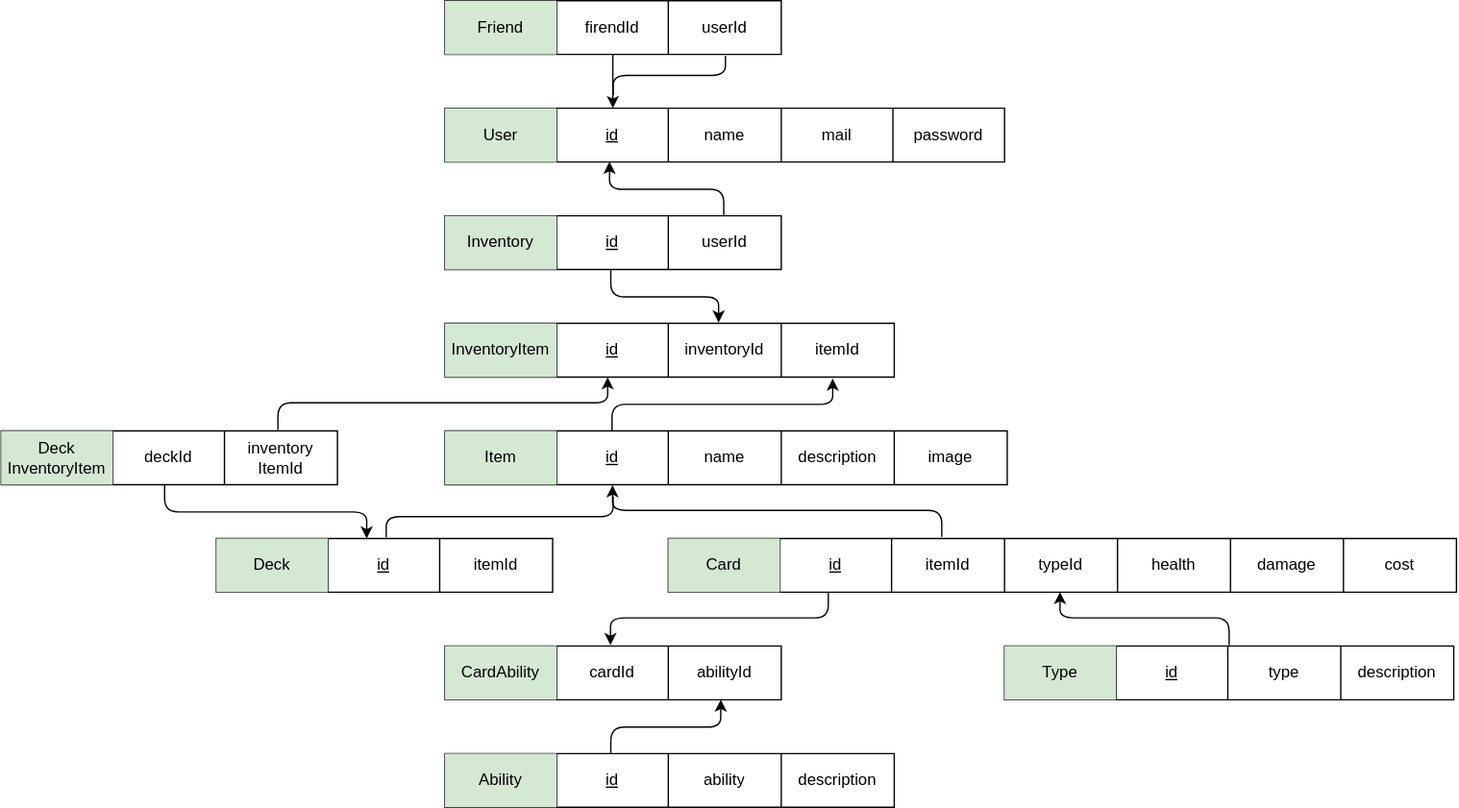
This is diagrams/database/relation_schema.drawio.svg from i3ene/decksterous, a draw.io export, as it was before one commit. Source tidied: cells renumbered, new cells last; positions are measured from the earlier drawing's top-left corner, leaving out a move shared by most shapes.
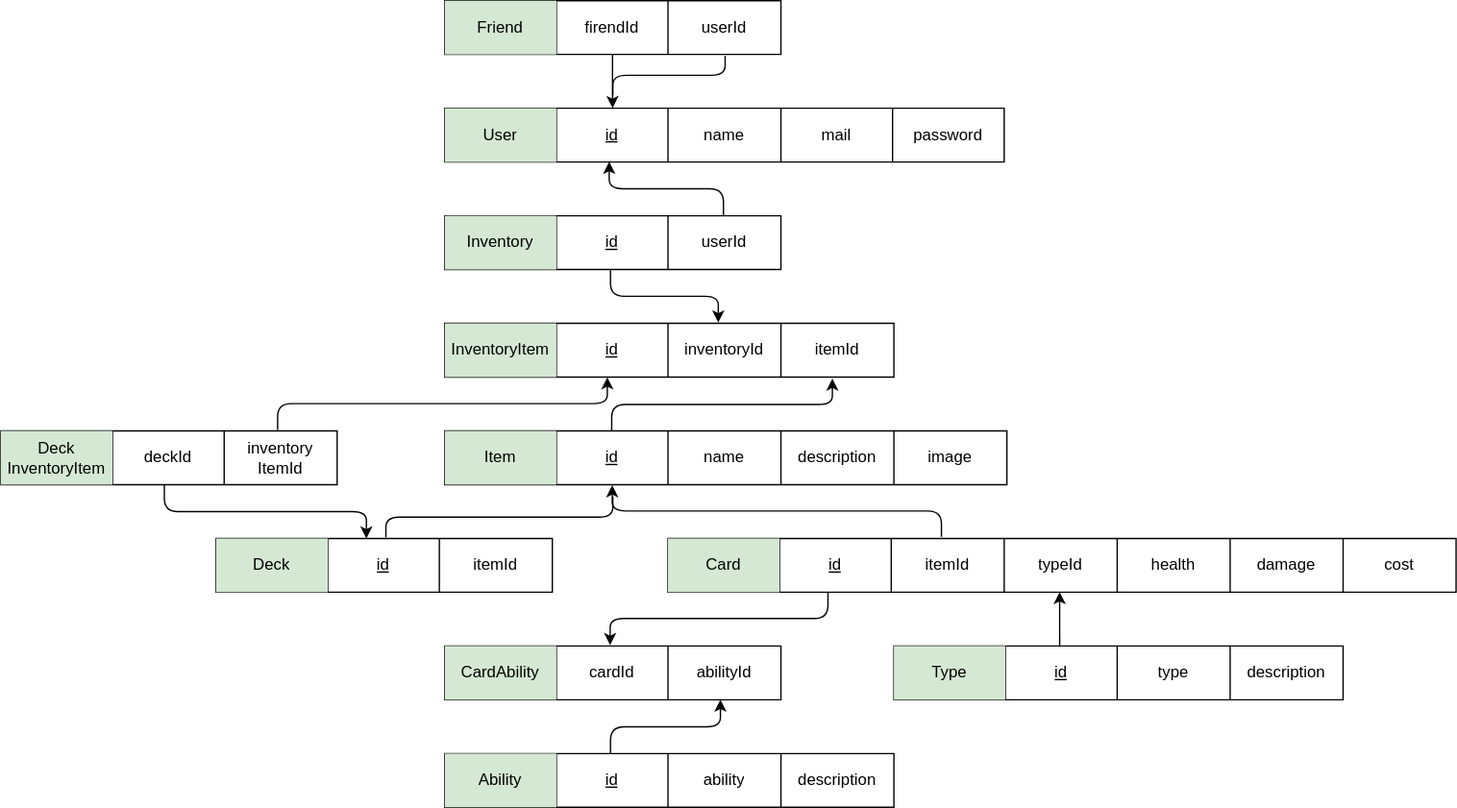
After the change.

What changed in the source:
```diff
@@ -181,7 +181,7 @@
       <mxGeometry relative="1" as="geometry" />
     </mxCell>
     <mxCell id="60" style="shape=table;html=1;whiteSpace=wrap;startSize=0;" parent="1" vertex="1">
-      <mxGeometry x="746" y="480" width="334" height="40" as="geometry" />
+      <mxGeometry x="664" y="480" width="334" height="40" as="geometry" />
     </mxCell>
     <mxCell id="61" style="shape=tableRow;horizontal=0;startSize=0;swimlaneHead=0;swimlaneBody=0;top=0;left=0;bottom=0;right=0;fillColor=none;points=[[0,0.5],[1,0.5]];portConstraint=eastwest;" parent="60" vertex="1">
       <mxGeometry width="334" height="40" as="geometry" />
@@ -198,7 +198,7 @@
     <mxCell id="65" value="description" style="shape=partialRectangle;html=1;whiteSpace=wrap;fillColor=none;top=0;left=0;bottom=0;right=0;overflow=hidden;" parent="61" vertex="1">
       <mxGeometry x="250" width="84" height="40" as="geometry" />
     </mxCell>
-    <mxCell id="66" style="endArrow=classic;html=1;elbow=vertical;entryX=0.497;entryY=0.996;entryDx=0;entryDy=0;entryPerimeter=0;exitX=0.5;exitY=-0.016;exitDx=0;exitDy=0;exitPerimeter=0;edgeStyle=elbowEdgeStyle;" parent="1" edge="1" source="61" target="38">
+    <mxCell id="66" style="endArrow=classic;html=1;elbow=vertical;entryX=0.497;entryY=0.996;entryDx=0;entryDy=0;entryPerimeter=0;exitX=0.369;exitY=-0.007;exitDx=0;exitDy=0;exitPerimeter=0;" parent="1" edge="1" source="61" target="38">
       <mxGeometry relative="1" as="geometry" />
     </mxCell>
     <mxCell id="67" style="shape=table;html=1;whiteSpace=wrap;startSize=0;" parent="1" vertex="1">
```
